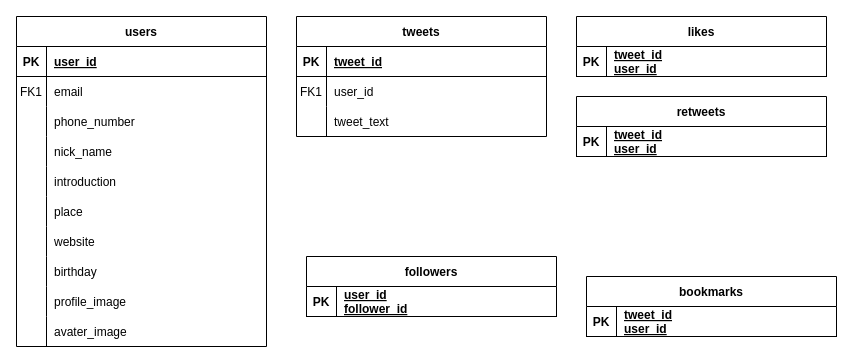
This is twitter_draft.drawio from hie3-336/ER-draw.io, a draw.io file, before an edit. Source tidied: cells renumbered, new cells numbered last; positions are measured from the earlier drawing's top-left corner, leaving out a move shared by most shapes. Both pictures are drawn from the tidied source at 100%, with x=0, y=0 at pixel (16, 16).
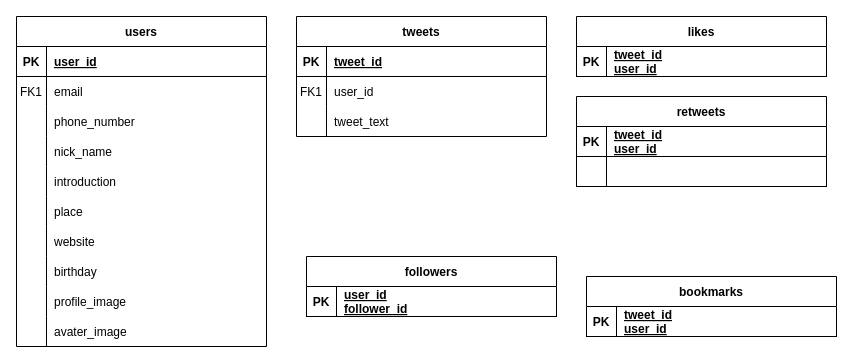
The same page after the edit.

Commit message:
twitter_draft.drawio を更新します

Diff of the diagram source:
```diff
@@
     <mxCell id="47" value="retweets" style="shape=table;startSize=30;childLayout=tableLayout;rowLines=0;fontStyle=1;align=center;" parent="1" vertex="1">
-      <mxGeometry x="560" y="80" width="250" height="60" as="geometry" />
+      <mxGeometry x="560" y="80" width="250" height="90" as="geometry" />
     </mxCell>
@@
+    <mxCell id="59" style="shape=partialRectangle;fillColor=none;top=0;left=0;right=0;bottom=1;" parent="47" vertex="1">
+      <mxGeometry y="60" width="250" height="30" as="geometry" />
+    </mxCell>
+    <mxCell id="60" style="shape=partialRectangle;overflow=hidden;fillColor=none;top=0;left=0;bottom=0;right=0;fontStyle=1;" parent="59" vertex="1">
+      <mxGeometry width="30" height="30" as="geometry" />
+    </mxCell>
+    <mxCell id="61" style="shape=partialRectangle;overflow=hidden;fillColor=none;top=0;left=0;bottom=0;right=0;align=left;spacingLeft=6;fontStyle=5;" parent="59" vertex="1">
+      <mxGeometry x="30" width="220" height="30" as="geometry" />
+    </mxCell>
```
